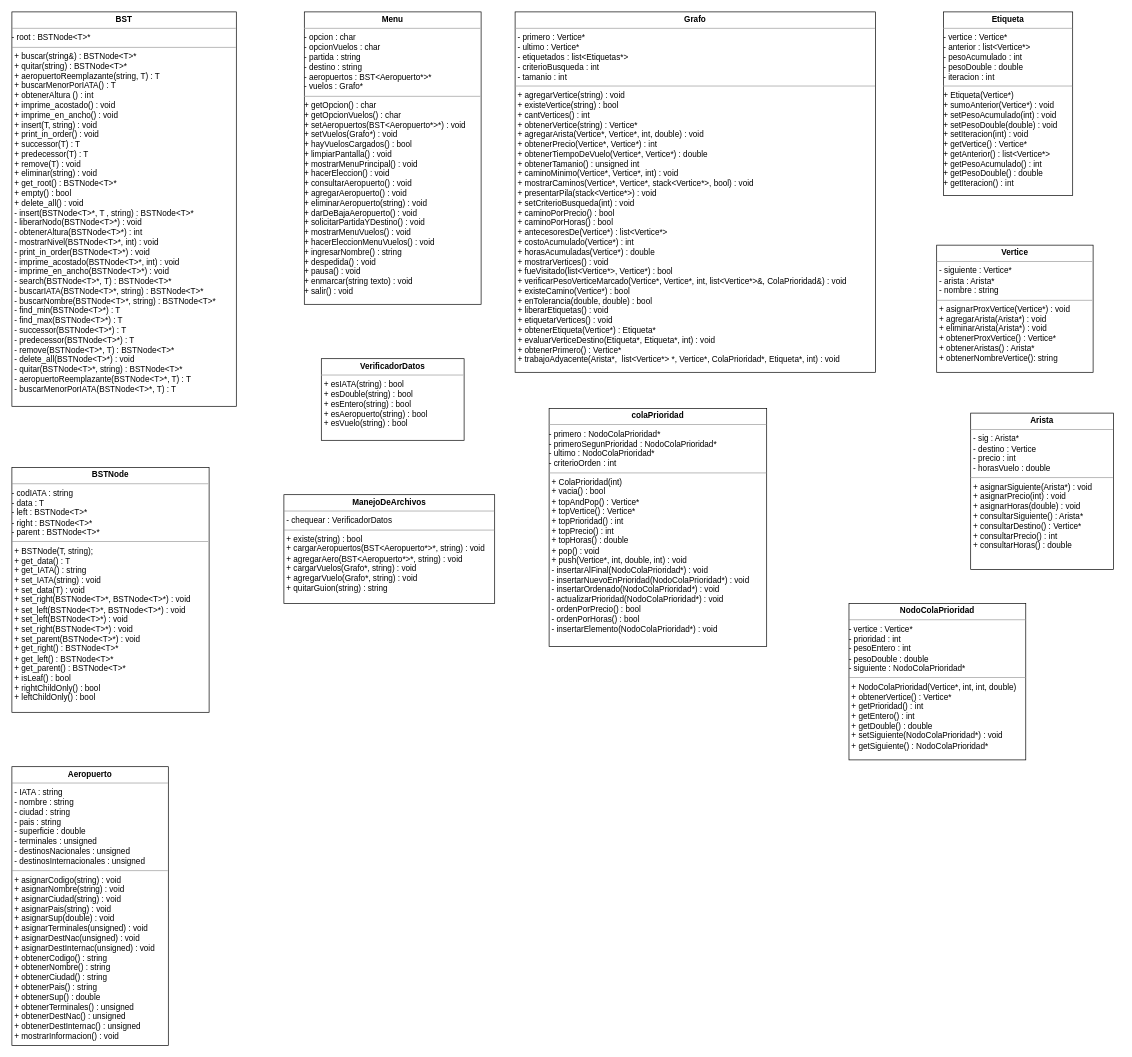
Earlier version of the draw.io diagram GrupoVioleta.drawio (danmorinigo/PruebaTP5). Source tidied: cells renumbered, new cells numbered last; positions are measured from the earlier drawing's top-left corner, leaving out a move shared by most shapes. Both pictures are drawn from the tidied source at 68%, with x=0, y=0 at pixel (12, 12).
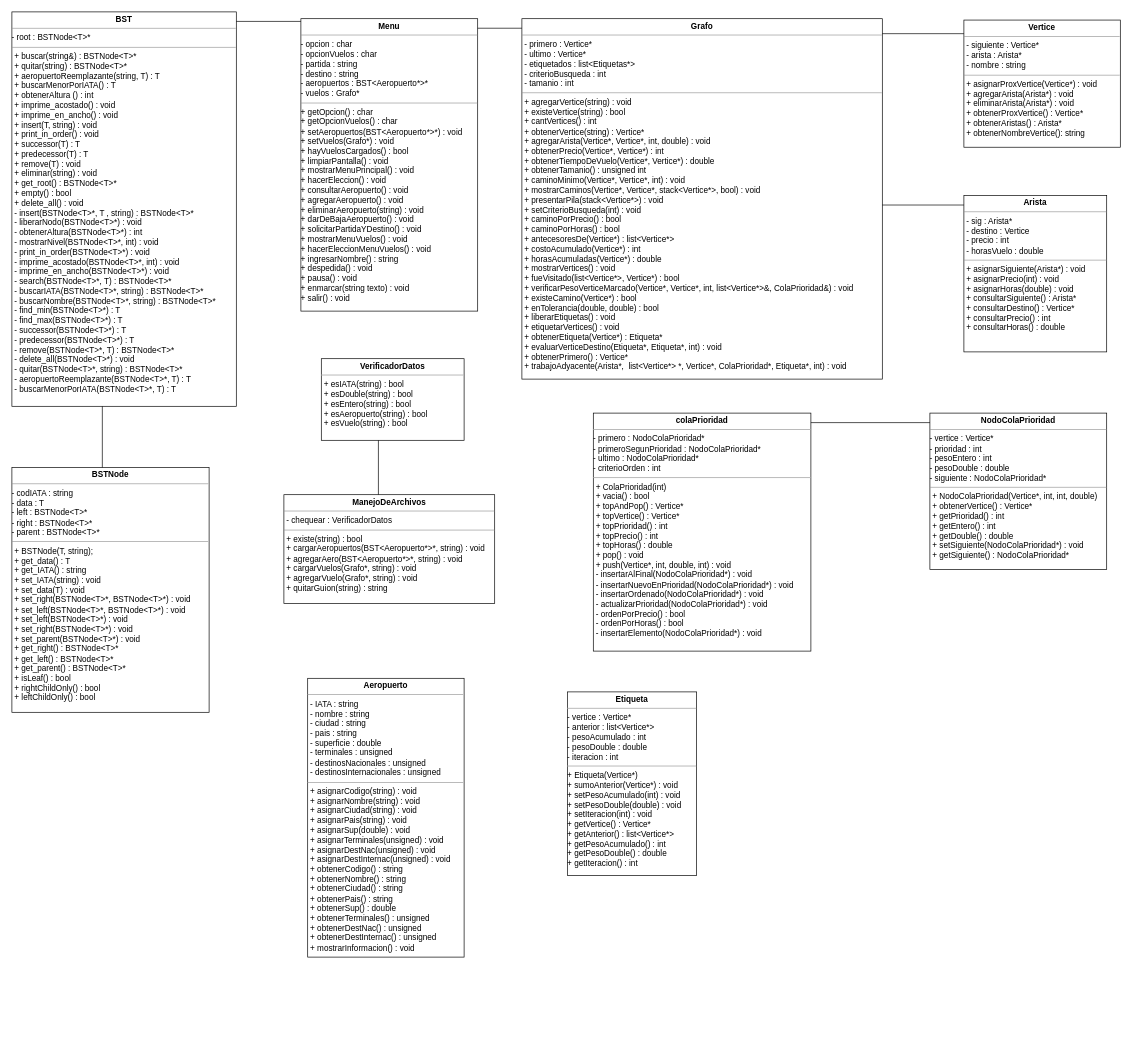
After the change.

Commit message:
Primeras lineas al UML

The edit, as a diff of the source:
```diff
@@
     <mxCell id="2" value="&lt;p style=&quot;margin: 0px ; margin-top: 4px ; text-align: center&quot;&gt;&lt;b&gt;Etiqueta&lt;/b&gt;&lt;/p&gt;&lt;hr size=&quot;1&quot;&gt;- vertice : Vertice*&lt;br&gt;- anterior : list&amp;lt;Vertice*&amp;gt;&lt;br&gt;- pesoAcumulado : int&lt;br&gt;- pesoDouble : double&lt;br&gt;- iteracion : int&lt;hr size=&quot;1&quot;&gt;&lt;div&gt;+ Etiqueta(Vertice*)&lt;/div&gt;&lt;div&gt;+ sumoAnterior(Vertice*) : void&lt;br&gt;&lt;/div&gt;&lt;div&gt;+ setPesoAcumulado(int) : void&lt;br&gt;&lt;/div&gt;&lt;div&gt;+ setPesoDouble(double) : void&lt;br&gt;&lt;/div&gt;&lt;div&gt;+ setIteracion(int) : void&lt;br&gt;&lt;/div&gt;&lt;div&gt;+ getVertice() : Vertice*&lt;br&gt;&lt;/div&gt;&lt;div&gt;+ getAnterior() : list&amp;lt;Vertice*&amp;gt;&lt;br&gt;&lt;/div&gt;&lt;div&gt;+ getPesoAcumulado() : int&lt;br&gt;&lt;/div&gt;&lt;div&gt;+ getPesoDouble() : double&lt;br&gt;&lt;/div&gt;&lt;div&gt;+ getIteracion() : int&lt;/div&gt;" style="verticalAlign=top;align=left;overflow=fill;fontSize=12;fontFamily=Helvetica;html=1;" parent="1" vertex="1">
-      <mxGeometry x="1370" width="190" height="270" as="geometry" />
+      <mxGeometry x="817" y="1000" width="190" height="270" as="geometry" />
     </mxCell>
@@
     <mxCell id="4" value="&lt;p style=&quot;margin: 0px ; margin-top: 4px ; text-align: center&quot;&gt;&lt;b&gt;Menu&lt;/b&gt;&lt;/p&gt;&lt;hr size=&quot;1&quot;&gt;- opcion : char&lt;br&gt;- opcionVuelos : char&lt;br&gt;- partida : string&lt;br&gt;- destino : string&lt;br&gt;- aeropuertos : BST&amp;lt;Aeropuerto*&amp;gt;* &lt;br&gt;- vuelos : Grafo*&lt;hr size=&quot;1&quot;&gt;+ getOpcion() : char&lt;br&gt;+ getOpcionVuelos() : char&lt;br&gt;+ setAeropuertos(BST&amp;lt;Aeropuerto*&amp;gt;*) : void&lt;br&gt;+ setVuelos(Grafo*) : void&lt;br&gt;+ hayVuelosCargados() : bool&lt;br&gt;+ limpiarPantalla() : void&lt;br&gt;+ mostrarMenuPrincipal() : void&lt;br&gt;+ hacerEleccion() : void&lt;br&gt;+ consultarAeropuerto() : void&lt;br&gt;+ agregarAeropuerto() : void&lt;br&gt;+ eliminarAeropuerto(string) : void&lt;br&gt;+ darDeBajaAeropuerto() : void&lt;br&gt;+ solicitarPartidaYDestino() : void&lt;br&gt;+ mostrarMenuVuelos() : void&lt;br&gt;+ hacerEleccionMenuVuelos() : void&lt;br&gt;+ ingresarNombre() : string&lt;br&gt;+ despedida() : void&lt;br&gt;+ pausa() : void&lt;br&gt;+ enmarcar(string texto) : void&lt;br&gt;+ salir() : void" style="verticalAlign=top;align=left;overflow=fill;fontSize=12;fontFamily=Helvetica;html=1;" parent="1" vertex="1">
-      <mxGeometry x="430" width="260" height="430" as="geometry" />
+      <mxGeometry x="425" y="10" width="260" height="430" as="geometry" />
     </mxCell>
     <mxCell id="5" value="&lt;p style=&quot;margin: 0px ; margin-top: 4px ; text-align: center&quot;&gt;&lt;b&gt;Vertice&lt;/b&gt;&lt;/p&gt;&lt;hr size=&quot;1&quot;&gt;&lt;p style=&quot;margin: 0px ; margin-left: 4px&quot;&gt;- siguiente : Vertice*&lt;br&gt;- arista : Arista*&lt;/p&gt;&lt;p style=&quot;margin: 0px ; margin-left: 4px&quot;&gt;- nombre : string&lt;br&gt;&lt;/p&gt;&lt;hr size=&quot;1&quot;&gt;&lt;p style=&quot;margin: 0px ; margin-left: 4px&quot;&gt;+ asignarProxVertice(Vertice*) : void&lt;br&gt;+ agregarArista(Arista*) : void&lt;/p&gt;&lt;p style=&quot;margin: 0px ; margin-left: 4px&quot;&gt;+ eliminarArista(Arista*) : void&lt;/p&gt;&lt;p style=&quot;margin: 0px ; margin-left: 4px&quot;&gt;+ obtenerProxVertice() : Vertice*&lt;/p&gt;&lt;p style=&quot;margin: 0px ; margin-left: 4px&quot;&gt;+ obtenerAristas() : Arista*&lt;/p&gt;&lt;p style=&quot;margin: 0px ; margin-left: 4px&quot;&gt;+ obtenerNombreVertice(): string&lt;br&gt;&lt;/p&gt;" style="verticalAlign=top;align=left;overflow=fill;fontSize=12;fontFamily=Helvetica;html=1;" parent="1" vertex="1">
-      <mxGeometry x="1360" y="343" width="230" height="187" as="geometry" />
+      <mxGeometry x="1400" y="12" width="230" height="187" as="geometry" />
     </mxCell>
     <mxCell id="6" value="&lt;p style=&quot;margin: 0px ; margin-top: 4px ; text-align: center&quot;&gt;&lt;b&gt;Arista&lt;/b&gt;&lt;/p&gt;&lt;hr size=&quot;1&quot;&gt;&lt;p style=&quot;margin: 0px ; margin-left: 4px&quot;&gt;- sig : Arista*&lt;br&gt;- destino : Vertice&lt;/p&gt;&lt;p style=&quot;margin: 0px ; margin-left: 4px&quot;&gt;- precio : int&lt;/p&gt;&lt;p style=&quot;margin: 0px ; margin-left: 4px&quot;&gt;- horasVuelo : double&lt;br&gt;&lt;/p&gt;&lt;hr size=&quot;1&quot;&gt;&lt;p style=&quot;margin: 0px ; margin-left: 4px&quot;&gt;+ asignarSiguiente(Arista*) : void&lt;br&gt;+ asignarPrecio(int) : void&lt;/p&gt;&lt;p style=&quot;margin: 0px ; margin-left: 4px&quot;&gt;+ asignarHoras(double) : void&lt;/p&gt;&lt;p style=&quot;margin: 0px ; margin-left: 4px&quot;&gt;+ consultarSiguiente() : Arista*&lt;/p&gt;&lt;p style=&quot;margin: 0px ; margin-left: 4px&quot;&gt;+ consultarDestino() : Vertice*&lt;br&gt;&lt;/p&gt;&lt;p style=&quot;margin: 0px ; margin-left: 4px&quot;&gt;+ consultarPrecio() : int&lt;/p&gt;&lt;p style=&quot;margin: 0px ; margin-left: 4px&quot;&gt;+ consultarHoras() : double&lt;br&gt;&lt;/p&gt;" style="verticalAlign=top;align=left;overflow=fill;fontSize=12;fontFamily=Helvetica;html=1;" parent="1" vertex="1">
-      <mxGeometry x="1410" y="590" width="210" height="230" as="geometry" />
+      <mxGeometry x="1400" y="270" width="210" height="230" as="geometry" />
     </mxCell>
     <mxCell id="7" value="&lt;p style=&quot;margin: 0px ; margin-top: 4px ; text-align: center&quot;&gt;&lt;b&gt;Grafo&lt;/b&gt;&lt;/p&gt;&lt;hr size=&quot;1&quot;&gt;&lt;p style=&quot;margin: 0px ; margin-left: 4px&quot;&gt;- primero : Vertice*&lt;br&gt;- ultimo : Vertice*&lt;/p&gt;&lt;p style=&quot;margin: 0px ; margin-left: 4px&quot;&gt;- etiquetados : list&amp;lt;Etiquetas*&amp;gt;&lt;/p&gt;&lt;p style=&quot;margin: 0px ; margin-left: 4px&quot;&gt;- criterioBusqueda : int&lt;br&gt;&lt;/p&gt;&lt;p style=&quot;margin: 0px ; margin-left: 4px&quot;&gt;- tamanio : int&lt;br&gt;&lt;/p&gt;&lt;hr size=&quot;1&quot;&gt;&lt;p style=&quot;margin: 0px ; margin-left: 4px&quot;&gt;+ agregarVertice(string) : void&lt;br&gt;+ existeVertice(string) : bool&lt;/p&gt;&lt;p style=&quot;margin: 0px ; margin-left: 4px&quot;&gt;+ cantVertices() : int&lt;/p&gt;&lt;p style=&quot;margin: 0px ; margin-left: 4px&quot;&gt;+ obtenerVertice(string) : Vertice*&lt;/p&gt;&lt;p style=&quot;margin: 0px ; margin-left: 4px&quot;&gt;+ agregarArista(Vertice*, Vertice*, int, double) : void&lt;/p&gt;&lt;p style=&quot;margin: 0px ; margin-left: 4px&quot;&gt;+ obtenerPrecio(Vertice*, Vertice*) : int&lt;/p&gt;&lt;p style=&quot;margin: 0px ; margin-left: 4px&quot;&gt;+ obtenerTiempoDeVuelo(Vertice*, Vertice*) : double&lt;/p&gt;&lt;p style=&quot;margin: 0px ; margin-left: 4px&quot;&gt;+ obtenerTamanio() : unsigned int&lt;/p&gt;&lt;p style=&quot;margin: 0px ; margin-left: 4px&quot;&gt;+ caminoMinimo(Vertice*, Vertice*, int) : void&lt;/p&gt;&lt;p style=&quot;margin: 0px ; margin-left: 4px&quot;&gt;+ mostrarCaminos(Vertice*, Vertice*, stack&amp;lt;Vertice*&amp;gt;, bool) : void&lt;br&gt;+ presentarPila(stack&amp;lt;Vertice*&amp;gt;) : void&lt;br&gt;+ setCriterioBusqueda(int) : void&lt;br&gt;+ caminoPorPrecio() : bool&lt;br&gt;+ caminoPorHoras() : bool&lt;br&gt;+ antecesoresDe(Vertice*) : list&amp;lt;Vertice*&amp;gt;&lt;br&gt;+ costoAcumulado(Vertice*) : int&lt;br&gt;+ horasAcumuladas(Vertice*) : double&lt;br&gt;+ mostrarVertices() : void&lt;br&gt;+ fueVisitado(list&amp;lt;Vertice*&amp;gt;, Vertice*) : bool&lt;br&gt;+ verificarPesoVerticeMarcado(Vertice*, Vertice*, int, list&amp;lt;Vertice*&amp;gt;&amp;amp;, ColaPrioridad&amp;amp;) : void&lt;br&gt;+ existeCamino(Vertice*) : bool&lt;br&gt;+ enTolerancia(double, double) : bool&lt;br&gt;+ liberarEtiquetas() : void&lt;br&gt;+ etiquetarVertices() : void&lt;br&gt;+ obtenerEtiqueta(Vertice*) : Etiqueta*&lt;br&gt;+ evaluarVerticeDestino(Etiqueta*, Etiqueta*, int) : void&lt;br&gt;+ obtenerPrimero() : Vertice*&lt;br&gt;+ trabajoAdyacente(Arista*,&amp;nbsp; list&amp;lt;Vertice*&amp;gt; *, Vertice*, ColaPrioridad*, Etiqueta*, int) : void&lt;/p&gt;" style="verticalAlign=top;align=left;overflow=fill;fontSize=12;fontFamily=Helvetica;html=1;" parent="1" vertex="1">
-      <mxGeometry x="740" width="530" height="530" as="geometry" />
+      <mxGeometry x="750" y="10" width="530" height="530" as="geometry" />
     </mxCell>
     <mxCell id="8" value="&lt;p style=&quot;margin: 0px ; margin-top: 4px ; text-align: center&quot;&gt;&lt;b&gt;Aeropuerto&lt;/b&gt;&lt;/p&gt;&lt;hr size=&quot;1&quot;&gt;&lt;p style=&quot;margin: 0px ; margin-left: 4px&quot;&gt;- IATA : string&lt;br&gt;- nombre : string&lt;br&gt;- ciudad : string&lt;br&gt;- pais : string&lt;br&gt;- superficie : double&lt;br&gt;- terminales : unsigned&lt;br&gt;- destinosNacionales : unsigned&lt;br&gt;- destinosInternacionales : unsigned&lt;/p&gt;&lt;hr size=&quot;1&quot;&gt;&lt;p style=&quot;margin: 0px ; margin-left: 4px&quot;&gt;+ asignarCodigo(string) : void&lt;br&gt;+ asignarNombre(string) : void&lt;br&gt;+ asignarCiudad(string) : void&lt;br&gt;+ asignarPais(string) : void&lt;br&gt;+ asignarSup(double) : void&lt;br&gt;+ asignarTerminales(unsigned) : void&lt;br&gt;+ asignarDestNac(unsigned) : void&lt;br&gt;+ asignarDestInternac(unsigned) : void&lt;/p&gt;&lt;p style=&quot;margin: 0px ; margin-left: 4px&quot;&gt;+ obtenerCodigo() : string&lt;br&gt;+ obtenerNombre() : string&lt;br&gt;+ obtenerCiudad() : string&lt;br&gt;+ obtenerPais() : string&lt;br&gt;+ obtenerSup() : double&lt;br&gt;+ obtenerTerminales() : unsigned&lt;br&gt;+ obtenerDestNac() : unsigned&lt;br&gt;+ obtenerDestInternac() : unsigned&lt;br&gt;+ mostrarInformacion() : void&lt;/p&gt;" style="verticalAlign=top;align=left;overflow=fill;fontSize=12;fontFamily=Helvetica;html=1;" parent="1" vertex="1">
-      <mxGeometry y="1110" width="230" height="410" as="geometry" />
+      <mxGeometry x="435" y="980" width="230" height="410" as="geometry" />
     </mxCell>
     <mxCell id="9" value="&lt;p style=&quot;margin: 0px ; margin-top: 4px ; text-align: center&quot;&gt;&lt;b&gt;colaPrioridad&lt;/b&gt;&lt;/p&gt;&lt;hr size=&quot;1&quot;&gt;- primero : NodoColaPrioridad*&lt;br&gt;- primeroSegunPrioridad : NodoColaPrioridad*&lt;br&gt;- ultimo : NodoColaPrioridad*&lt;br&gt;- criterioOrden : int&lt;hr size=&quot;1&quot;&gt;&lt;p style=&quot;margin: 0px ; margin-left: 4px&quot;&gt;+ ColaPrioridad(int)&lt;br&gt;+ vacia() : bool&lt;br&gt;+ topAndPop() : Vertice*&lt;br&gt;+ topVertice() : Vertice*&lt;br&gt;+ topPrioridad() : int&lt;br&gt;+ topPrecio() : int&lt;br&gt;+ topHoras() : double&lt;br&gt;+ pop() : void&lt;br&gt;+ push(Vertice*, int, double, int) : void&lt;/p&gt;&lt;p style=&quot;margin: 0px ; margin-left: 4px&quot;&gt;- insertarAlFinal(NodoColaPrioridad*) : void&lt;br&gt;- insertarNuevoEnPrioridad(NodoColaPrioridad*) : void&lt;br&gt;- insertarOrdenado(NodoColaPrioridad*) : void&lt;br&gt;- actualizarPrioridad(NodoColaPrioridad*) : void&lt;br&gt;- ordenPorPrecio() : bool&lt;br&gt;- ordenPorHoras() : bool&lt;br&gt;- insertarElemento(NodoColaPrioridad*) : void&lt;/p&gt;&lt;p style=&quot;margin: 0px ; margin-left: 4px&quot;&gt;&lt;br&gt;&lt;/p&gt;" style="verticalAlign=top;align=left;overflow=fill;fontSize=12;fontFamily=Helvetica;html=1;" parent="1" vertex="1">
-      <mxGeometry x="790" y="583" width="320" height="350" as="geometry" />
+      <mxGeometry x="855" y="590" width="320" height="350" as="geometry" />
     </mxCell>
     <mxCell id="10" value="&lt;p style=&quot;margin: 0px ; margin-top: 4px ; text-align: center&quot;&gt;&lt;b&gt;NodoColaPrioridad&lt;/b&gt;&lt;/p&gt;&lt;hr size=&quot;1&quot;&gt;- vertice : Vertice*&lt;br&gt;- prioridad : int&lt;br&gt;- pesoEntero : int&lt;br&gt;- pesoDouble : double&lt;br&gt;- siguiente : NodoColaPrioridad*&lt;hr size=&quot;1&quot;&gt;&lt;p style=&quot;margin: 0px ; margin-left: 4px&quot;&gt;+ NodoColaPrioridad(Vertice*, int, int, double)&lt;br&gt;+ obtenerVertice() : Vertice*&lt;br&gt;+ getPrioridad() : int&lt;br&gt;+ getEntero() : int&lt;br&gt;+ getDouble() : double&lt;br&gt;+ setSiguiente(NodoColaPrioridad*) : void&lt;br&gt;+ getSiguiente() : NodoColaPrioridad*&lt;/p&gt;" style="verticalAlign=top;align=left;overflow=fill;fontSize=12;fontFamily=Helvetica;html=1;" parent="1" vertex="1">
-      <mxGeometry x="1231" y="870" width="260" height="230" as="geometry" />
+      <mxGeometry x="1350" y="590" width="260" height="230" as="geometry" />
     </mxCell>
@@
+    <mxCell id="14" style="line;strokeWidth=1;fillColor=none;align=left;verticalAlign=middle;spacingTop=-1;spacingLeft=3;spacingRight=3;labelPosition=right;" parent="1" vertex="1">
+      <mxGeometry x="685" y="20" width="65" height="8" as="geometry" />
+    </mxCell>
+    <mxCell id="15" style="line;strokeWidth=1;fillColor=none;align=left;verticalAlign=middle;spacingTop=-1;spacingLeft=3;spacingRight=3;labelPosition=right;" parent="1" vertex="1">
+      <mxGeometry x="330" y="10" width="95" height="8" as="geometry" />
+    </mxCell>
+    <mxCell id="16" style="endArrow=none;html=1;" parent="1" edge="1">
+      <mxGeometry relative="1" as="geometry">
+        <mxPoint x="539" y="710" as="sourcePoint" />
+        <mxPoint x="539" y="630" as="targetPoint" />
+      </mxGeometry>
+    </mxCell>
+    <mxCell id="17" style="endArrow=none;html=1;" parent="1" edge="1">
+      <mxGeometry relative="1" as="geometry">
+        <mxPoint x="133" y="670" as="sourcePoint" />
+        <mxPoint x="133" y="580" as="targetPoint" />
+      </mxGeometry>
+    </mxCell>
+    <mxCell id="18" style="line;strokeWidth=1;fillColor=none;align=left;verticalAlign=middle;spacingTop=-1;spacingLeft=3;spacingRight=3;labelPosition=right;" parent="1" vertex="1">
+      <mxGeometry x="1280" y="28" width="120" height="8" as="geometry" />
+    </mxCell>
+    <mxCell id="19" style="line;strokeWidth=1;fillColor=none;align=left;verticalAlign=middle;spacingTop=-1;spacingLeft=3;spacingRight=3;labelPosition=right;" parent="1" vertex="1">
+      <mxGeometry x="1280" y="280" width="120" height="8" as="geometry" />
+    </mxCell>
+    <mxCell id="20" style="line;strokeWidth=1;fillColor=none;align=left;verticalAlign=middle;spacingTop=-1;spacingLeft=3;spacingRight=3;labelPosition=right;" parent="1" vertex="1">
+      <mxGeometry x="1175" y="600" width="175" height="8" as="geometry" />
+    </mxCell>
```
